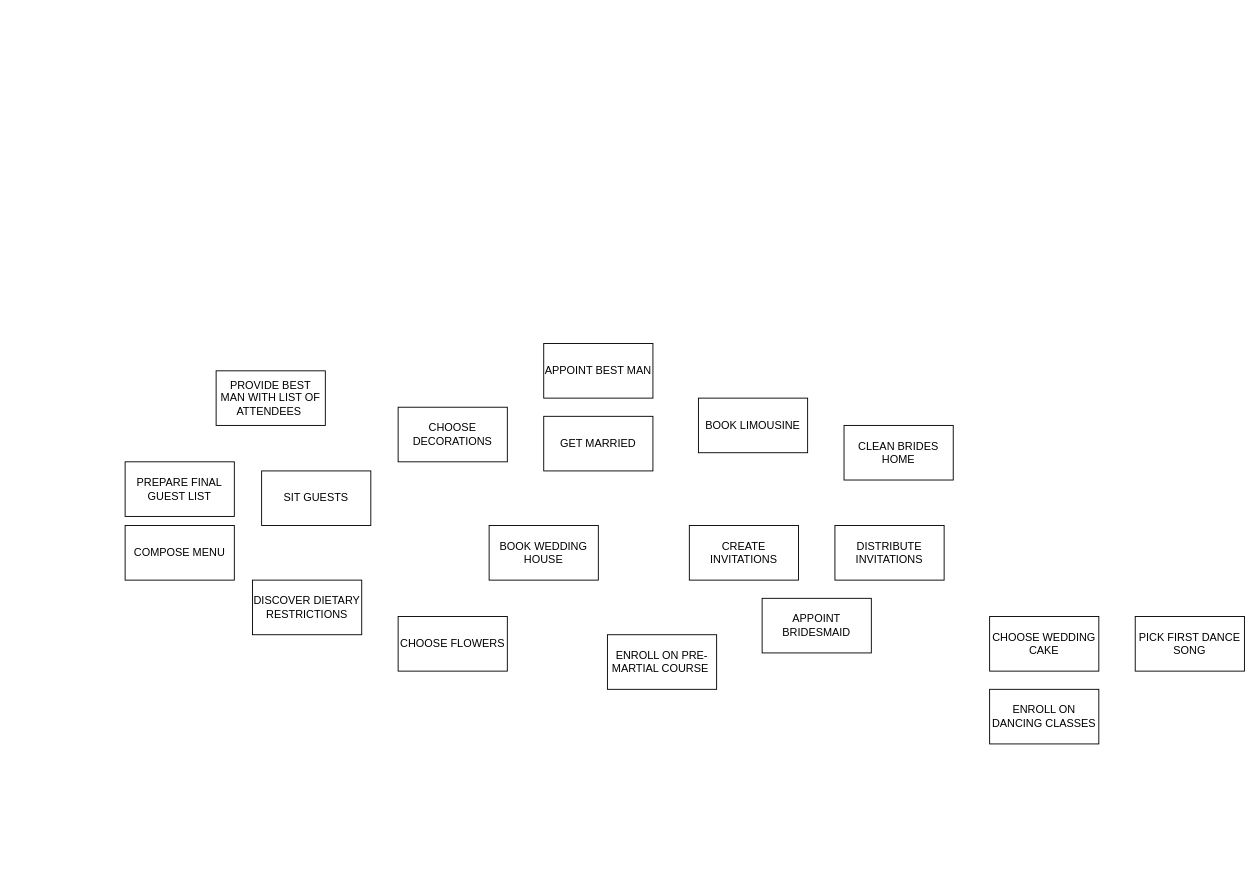
Earlier version of the draw.io diagram tasks.drawio.xml (JustMarriedTeam/JustMarriedDocs). Source tidied: cells renumbered, new cells numbered last; positions are measured from the earlier drawing's top-left corner, leaving out a move shared by most shapes. Both pictures are drawn from the tidied source at 91%, with x=0, y=0 at pixel (125, 343).
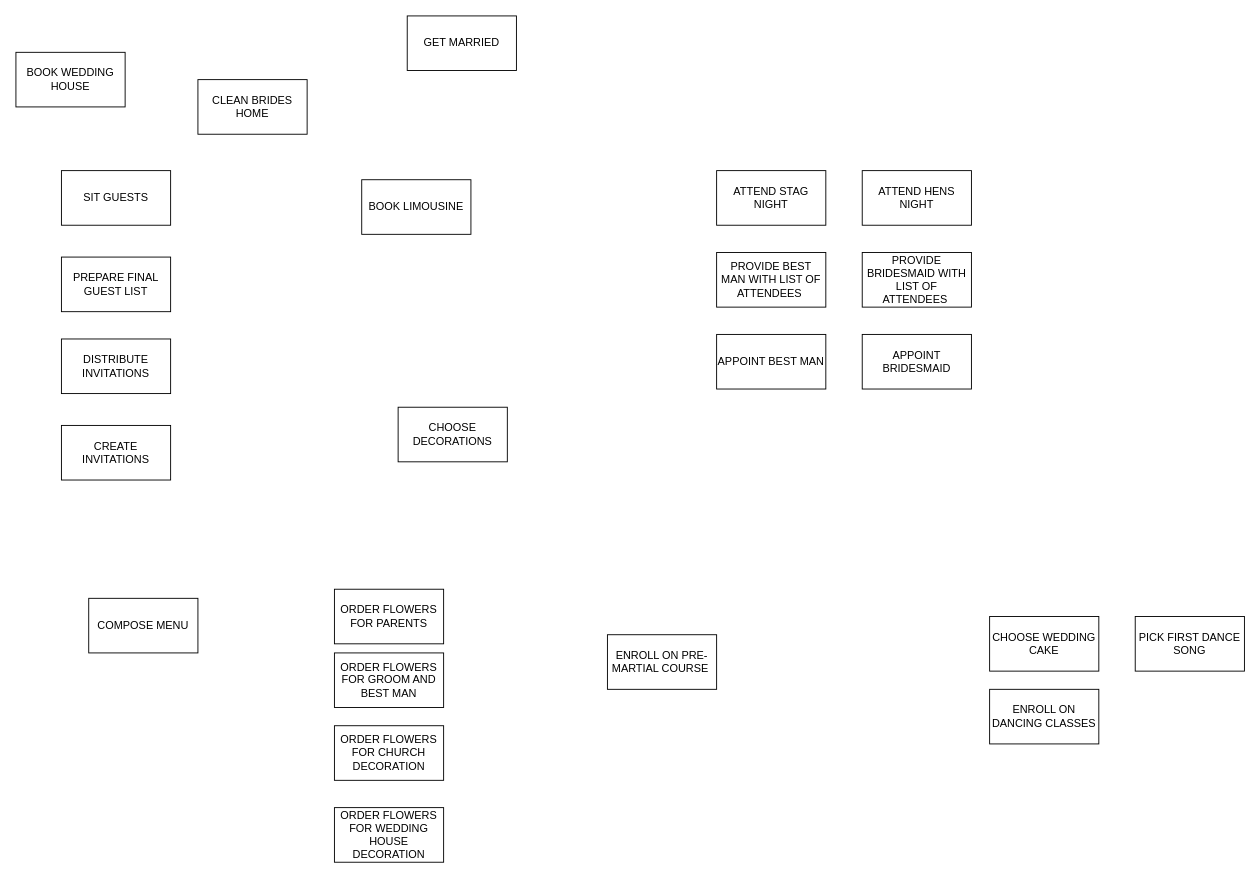
The same diagram, later.

What changed in the source:
```diff
@@
     <mxCell id="2" value="GET MARRIED" style="whiteSpace=wrap;html=1;" parent="1" vertex="1">
-      <mxGeometry x="460" y="80" width="120" height="60" as="geometry" />
+      <mxGeometry x="310" y="-360" width="120" height="60" as="geometry" />
     </mxCell>
     <mxCell id="3" value="BOOK WEDDING HOUSE" style="whiteSpace=wrap;html=1;" parent="1" vertex="1">
-      <mxGeometry x="400" y="200" width="120" height="60" as="geometry" />
+      <mxGeometry x="-120" y="-320" width="120" height="60" as="geometry" />
     </mxCell>
     <mxCell id="4" value="CREATE INVITATIONS" style="whiteSpace=wrap;html=1;" parent="1" vertex="1">
-      <mxGeometry x="620" y="200" width="120" height="60" as="geometry" />
+      <mxGeometry x="-70" y="90" width="120" height="60" as="geometry" />
     </mxCell>
     <mxCell id="5" value="DISTRIBUTE INVITATIONS" style="whiteSpace=wrap;html=1;" parent="1" vertex="1">
-      <mxGeometry x="780" y="200" width="120" height="60" as="geometry" />
+      <mxGeometry x="-70" y="-5" width="120" height="60" as="geometry" />
     </mxCell>
     <mxCell id="6" value="SIT GUESTS" style="whiteSpace=wrap;html=1;" parent="1" vertex="1">
-      <mxGeometry x="150" y="140" width="120" height="60" as="geometry" />
+      <mxGeometry x="-70" y="-190" width="120" height="60" as="geometry" />
     </mxCell>
     <mxCell id="7" value="CLEAN BRIDES HOME" style="whiteSpace=wrap;html=1;" parent="1" vertex="1">
-      <mxGeometry x="790" y="90" width="120" height="60" as="geometry" />
+      <mxGeometry x="80" y="-290" width="120" height="60" as="geometry" />
     </mxCell>
@@
-    <mxCell id="9" value="CHOOSE FLOWERS" style="whiteSpace=wrap;html=1;" parent="1" vertex="1">
-      <mxGeometry x="300" y="300" width="120" height="60" as="geometry" />
+    <mxCell id="9" value="ORDER FLOWERS FOR PARENTS" style="whiteSpace=wrap;html=1;" parent="1" vertex="1">
+      <mxGeometry x="230" y="270" width="120" height="60" as="geometry" />
     </mxCell>
     <mxCell id="10" value="COMPOSE MENU" style="whiteSpace=wrap;html=1;" parent="1" vertex="1">
-      <mxGeometry y="200" width="120" height="60" as="geometry" />
+      <mxGeometry x="-40" y="280" width="120" height="60" as="geometry" />
     </mxCell>
-    <mxCell id="11" value="DISCOVER DIETARY RESTRICTIONS" style="whiteSpace=wrap;html=1;" parent="1" vertex="1">
-      <mxGeometry x="140" y="260" width="120" height="60" as="geometry" />
-    </mxCell>
@@
     <mxCell id="15" value="APPOINT BEST MAN" style="whiteSpace=wrap;html=1;" parent="1" vertex="1">
-      <mxGeometry x="460" width="120" height="60" as="geometry" />
+      <mxGeometry x="650" y="-10" width="120" height="60" as="geometry" />
     </mxCell>
     <mxCell id="16" value="APPOINT BRIDESMAID" style="whiteSpace=wrap;html=1;" parent="1" vertex="1">
-      <mxGeometry x="700" y="280" width="120" height="60" as="geometry" />
+      <mxGeometry x="810" y="-10" width="120" height="60" as="geometry" />
     </mxCell>
     <mxCell id="17" value="PROVIDE BEST MAN WITH LIST OF ATTENDEES&amp;nbsp;" style="whiteSpace=wrap;html=1;" parent="1" vertex="1">
-      <mxGeometry x="100" y="30" width="120" height="60" as="geometry" />
+      <mxGeometry x="650" y="-100" width="120" height="60" as="geometry" />
     </mxCell>
@@
     <mxCell id="19" value="BOOK LIMOUSINE" style="whiteSpace=wrap;html=1;" parent="1" vertex="1">
-      <mxGeometry x="630" y="60" width="120" height="60" as="geometry" />
+      <mxGeometry x="260" y="-180" width="120" height="60" as="geometry" />
     </mxCell>
     <mxCell id="20" value="PREPARE FINAL GUEST LIST" style="whiteSpace=wrap;html=1;" parent="1" vertex="1">
-      <mxGeometry y="130" width="120" height="60" as="geometry" />
+      <mxGeometry x="-70" y="-95" width="120" height="60" as="geometry" />
     </mxCell>
+    <mxCell id="21" value="ATTEND STAG NIGHT" style="whiteSpace=wrap;html=1;" parent="1" vertex="1">
+      <mxGeometry x="650" y="-190" width="120" height="60" as="geometry" />
+    </mxCell>
+    <mxCell id="22" value="PROVIDE BRIDESMAID WITH LIST OF ATTENDEES&amp;nbsp;" style="whiteSpace=wrap;html=1;" parent="1" vertex="1">
+      <mxGeometry x="810" y="-100" width="120" height="60" as="geometry" />
+    </mxCell>
+    <mxCell id="23" value="ATTEND HENS NIGHT" style="whiteSpace=wrap;html=1;" parent="1" vertex="1">
+      <mxGeometry x="810" y="-190" width="120" height="60" as="geometry" />
+    </mxCell>
+    <mxCell id="24" value="ORDER FLOWERS FOR GROOM AND BEST MAN" style="whiteSpace=wrap;html=1;" parent="1" vertex="1">
+      <mxGeometry x="230" y="340" width="120" height="60" as="geometry" />
+    </mxCell>
+    <mxCell id="25" value="ORDER FLOWERS FOR CHURCH DECORATION" style="whiteSpace=wrap;html=1;" parent="1" vertex="1">
+      <mxGeometry x="230" y="420" width="120" height="60" as="geometry" />
+    </mxCell>
+    <mxCell id="26" value="ORDER FLOWERS FOR WEDDING HOUSE DECORATION" style="whiteSpace=wrap;html=1;" parent="1" vertex="1">
+      <mxGeometry x="230" y="510" width="120" height="60" as="geometry" />
+    </mxCell>
```
